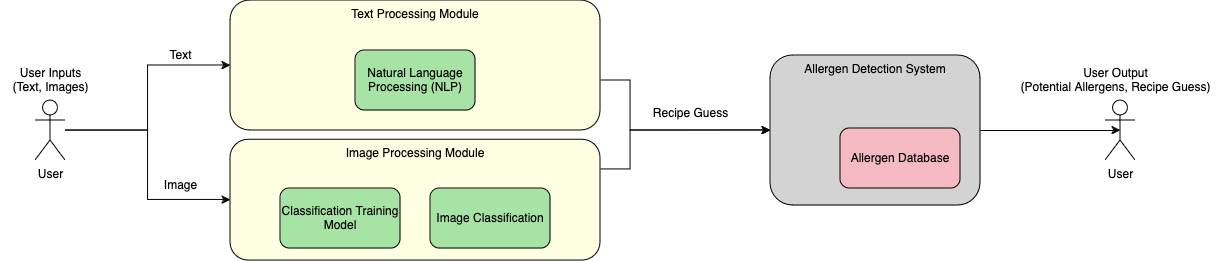
Above: Design_Diagrams/images/D2_diagram.png in kalebwbishop/senior-design (draw.io), before the change. Source tidied: cells renumbered, new cells last; positions are measured from the earlier drawing's top-left corner, leaving out a move shared by most shapes. Its diagram source:
```xml
<mxGraphModel>
  <root>
    <mxCell id="0" />
    <mxCell id="1" parent="0" />
    <mxCell id="2" value="&lt;div&gt;User Inputs&lt;/div&gt;&lt;div&gt;(Text, Images)&lt;br&gt;&lt;/div&gt;" style="text;html=1;align=center;verticalAlign=middle;strokeColor=none;fillColor=none;" parent="1" vertex="1">
      <mxGeometry y="60" width="100" height="40" as="geometry" />
    </mxCell>
    <mxCell id="3" style="edgeStyle=orthogonalEdgeStyle;rounded=0;jettySize=auto;html=1;entryX=0;entryY=0.5;entryDx=0;entryDy=0;" parent="1" edge="1" source="5" target="9">
      <mxGeometry relative="1" as="geometry" />
    </mxCell>
    <mxCell id="4" style="edgeStyle=orthogonalEdgeStyle;rounded=0;jettySize=auto;html=1;" parent="1" edge="1" source="5" target="11">
      <mxGeometry relative="1" as="geometry" />
    </mxCell>
    <mxCell id="5" value="User" style="shape=umlActor;verticalLabelPosition=bottom;verticalAlign=top;html=1;outlineConnect=0;" parent="1" vertex="1">
      <mxGeometry x="35" y="100" width="30" height="60" as="geometry" />
    </mxCell>
    <mxCell id="6" value="User" style="shape=umlActor;verticalLabelPosition=bottom;verticalAlign=top;html=1;outlineConnect=0;" parent="1" vertex="1">
      <mxGeometry x="1105" y="100" width="30" height="60" as="geometry" />
    </mxCell>
    <mxCell id="7" value="&lt;div&gt;User Output&lt;/div&gt;&lt;div&gt;(Potential Allergens, Recipe Guess)&lt;br&gt;&lt;/div&gt;" style="text;html=1;align=center;verticalAlign=middle;strokeColor=none;fillColor=none;" parent="1" vertex="1">
      <mxGeometry x="1010" y="60" width="210" height="40" as="geometry" />
    </mxCell>
    <mxCell id="8" style="edgeStyle=orthogonalEdgeStyle;rounded=0;jettySize=auto;html=1;entryX=0;entryY=0.5;entryDx=0;entryDy=0;" parent="1" edge="1" source="9" target="14">
      <mxGeometry relative="1" as="geometry">
        <Array as="points">
          <mxPoint x="630" y="80" />
          <mxPoint x="630" y="130" />
        </Array>
      </mxGeometry>
    </mxCell>
    <mxCell id="9" value="Text Processing Module" style="rounded=1;whiteSpace=wrap;html=1;fillColor=#FFFFE3;verticalAlign=top;" parent="1" vertex="1">
      <mxGeometry x="230" width="370" height="130" as="geometry" />
    </mxCell>
    <mxCell id="10" style="edgeStyle=orthogonalEdgeStyle;rounded=0;jettySize=auto;html=1;" parent="1" edge="1" source="11" target="14">
      <mxGeometry relative="1" as="geometry">
        <Array as="points">
          <mxPoint x="630" y="169" />
          <mxPoint x="630" y="130" />
        </Array>
      </mxGeometry>
    </mxCell>
    <mxCell id="11" value="Image Processing Module" style="rounded=1;whiteSpace=wrap;html=1;fillColor=#FFFFE3;verticalAlign=top;" parent="1" vertex="1">
      <mxGeometry x="230" y="139.2" width="370" height="120.8" as="geometry" />
    </mxCell>
    <mxCell id="12" value="&lt;div&gt;Text&lt;/div&gt;" style="text;html=1;align=center;verticalAlign=middle;strokeColor=none;fillColor=none;" parent="1" vertex="1">
      <mxGeometry x="155" y="40" width="50" height="30" as="geometry" />
    </mxCell>
    <mxCell id="13" value="Image" style="text;html=1;align=center;verticalAlign=middle;strokeColor=none;fillColor=none;" parent="1" vertex="1">
      <mxGeometry x="150" y="170" width="60" height="30" as="geometry" />
    </mxCell>
    <mxCell id="14" value="Allergen Detection System" style="rounded=1;whiteSpace=wrap;html=1;fillColor=#D3D3D3;verticalAlign=top;" parent="1" vertex="1">
      <mxGeometry x="770" y="55" width="210" height="150" as="geometry" />
    </mxCell>
    <mxCell id="15" value="Recipe Guess" style="text;html=1;align=center;verticalAlign=middle;strokeColor=none;fillColor=none;" parent="1" vertex="1">
      <mxGeometry x="640" y="98" width="100" height="30" as="geometry" />
    </mxCell>
    <mxCell id="16" value="Allergen Database" style="rounded=1;whiteSpace=wrap;html=1;fillColor=#F4B9C1;" parent="1" vertex="1">
      <mxGeometry x="840" y="128" width="120" height="60" as="geometry" />
    </mxCell>
    <mxCell id="17" style="edgeStyle=orthogonalEdgeStyle;rounded=0;jettySize=auto;html=1;entryX=0.5;entryY=0.5;entryDx=0;entryDy=0;entryPerimeter=0;" parent="1" edge="1" source="14" target="6">
      <mxGeometry relative="1" as="geometry" />
    </mxCell>
    <mxCell id="18" value="Natural Language Processing (NLP)" style="rounded=1;whiteSpace=wrap;html=1;fillColor=#A8E3A6;" parent="1" vertex="1">
      <mxGeometry x="355" y="50" width="120" height="60" as="geometry" />
    </mxCell>
    <mxCell id="19" value="Classification Training Model" style="rounded=1;whiteSpace=wrap;html=1;fillColor=#A8E3A6;" parent="1" vertex="1">
      <mxGeometry x="280" y="188" width="120" height="60" as="geometry" />
    </mxCell>
    <mxCell id="20" value="Image Classification" style="rounded=1;whiteSpace=wrap;html=1;fillColor=#A8E3A6;" parent="1" vertex="1">
      <mxGeometry x="430" y="188" width="120" height="60" as="geometry" />
    </mxCell>
  </root>
</mxGraphModel>
```
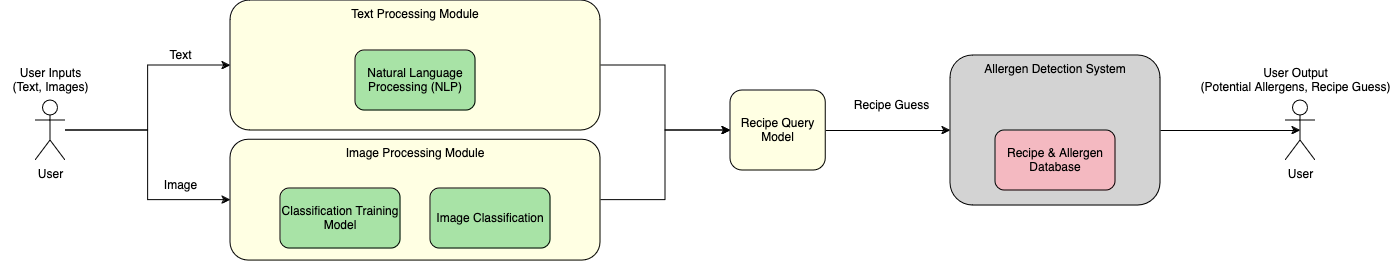
The same diagram one commit later.

The edit, as a diff of the source:
```diff
@@ -15,29 +15,19 @@
       <mxGeometry x="35" y="100" width="30" height="60" as="geometry" />
     </mxCell>
     <mxCell id="6" value="User" style="shape=umlActor;verticalLabelPosition=bottom;verticalAlign=top;html=1;outlineConnect=0;" parent="1" vertex="1">
-      <mxGeometry x="1105" y="100" width="30" height="60" as="geometry" />
+      <mxGeometry x="1285" y="100" width="30" height="60" as="geometry" />
     </mxCell>
     <mxCell id="7" value="&lt;div&gt;User Output&lt;/div&gt;&lt;div&gt;(Potential Allergens, Recipe Guess)&lt;br&gt;&lt;/div&gt;" style="text;html=1;align=center;verticalAlign=middle;strokeColor=none;fillColor=none;" parent="1" vertex="1">
-      <mxGeometry x="1010" y="60" width="210" height="40" as="geometry" />
+      <mxGeometry x="1190" y="60" width="210" height="40" as="geometry" />
     </mxCell>
-    <mxCell id="8" style="edgeStyle=orthogonalEdgeStyle;rounded=0;jettySize=auto;html=1;entryX=0;entryY=0.5;entryDx=0;entryDy=0;" parent="1" edge="1" source="9" target="14">
-      <mxGeometry relative="1" as="geometry">
-        <Array as="points">
-          <mxPoint x="630" y="80" />
-          <mxPoint x="630" y="130" />
-        </Array>
-      </mxGeometry>
+    <mxCell id="8" style="edgeStyle=orthogonalEdgeStyle;rounded=0;jettySize=auto;html=1;" parent="1" edge="1" source="9" target="22">
+      <mxGeometry relative="1" as="geometry" />
     </mxCell>
     <mxCell id="9" value="Text Processing Module" style="rounded=1;whiteSpace=wrap;html=1;fillColor=#FFFFE3;verticalAlign=top;" parent="1" vertex="1">
       <mxGeometry x="230" width="370" height="130" as="geometry" />
     </mxCell>
-    <mxCell id="10" style="edgeStyle=orthogonalEdgeStyle;rounded=0;jettySize=auto;html=1;" parent="1" edge="1" source="11" target="14">
-      <mxGeometry relative="1" as="geometry">
-        <Array as="points">
-          <mxPoint x="630" y="169" />
-          <mxPoint x="630" y="130" />
-        </Array>
-      </mxGeometry>
+    <mxCell id="10" style="edgeStyle=orthogonalEdgeStyle;rounded=0;jettySize=auto;html=1;" parent="1" edge="1" source="11" target="22">
+      <mxGeometry relative="1" as="geometry" />
     </mxCell>
     <mxCell id="11" value="Image Processing Module" style="rounded=1;whiteSpace=wrap;html=1;fillColor=#FFFFE3;verticalAlign=top;" parent="1" vertex="1">
       <mxGeometry x="230" y="139.2" width="370" height="120.8" as="geometry" />
@@ -49,13 +39,13 @@
       <mxGeometry x="150" y="170" width="60" height="30" as="geometry" />
     </mxCell>
     <mxCell id="14" value="Allergen Detection System" style="rounded=1;whiteSpace=wrap;html=1;fillColor=#D3D3D3;verticalAlign=top;" parent="1" vertex="1">
-      <mxGeometry x="770" y="55" width="210" height="150" as="geometry" />
+      <mxGeometry x="950" y="55" width="210" height="150" as="geometry" />
     </mxCell>
     <mxCell id="15" value="Recipe Guess" style="text;html=1;align=center;verticalAlign=middle;strokeColor=none;fillColor=none;" parent="1" vertex="1">
-      <mxGeometry x="640" y="98" width="100" height="30" as="geometry" />
+      <mxGeometry x="841" y="90" width="100" height="30" as="geometry" />
     </mxCell>
-    <mxCell id="16" value="Allergen Database" style="rounded=1;whiteSpace=wrap;html=1;fillColor=#F4B9C1;" parent="1" vertex="1">
-      <mxGeometry x="840" y="128" width="120" height="60" as="geometry" />
+    <mxCell id="16" value="Recipe &amp;amp; Allergen Database" style="rounded=1;whiteSpace=wrap;html=1;fillColor=#F4B9C1;" parent="1" vertex="1">
+      <mxGeometry x="995" y="130" width="120" height="60" as="geometry" />
     </mxCell>
     <mxCell id="17" style="edgeStyle=orthogonalEdgeStyle;rounded=0;jettySize=auto;html=1;entryX=0.5;entryY=0.5;entryDx=0;entryDy=0;entryPerimeter=0;" parent="1" edge="1" source="14" target="6">
       <mxGeometry relative="1" as="geometry" />
@@ -69,5 +59,11 @@
     <mxCell id="20" value="Image Classification" style="rounded=1;whiteSpace=wrap;html=1;fillColor=#A8E3A6;" parent="1" vertex="1">
       <mxGeometry x="430" y="188" width="120" height="60" as="geometry" />
     </mxCell>
+    <mxCell id="21" style="edgeStyle=orthogonalEdgeStyle;rounded=0;jettySize=auto;html=1;" parent="1" edge="1" source="22" target="14">
+      <mxGeometry relative="1" as="geometry" />
+    </mxCell>
+    <mxCell id="22" value="Recipe Query Model" style="rounded=1;whiteSpace=wrap;html=1;fillColor=#FFFFE3;verticalAlign=middle;" parent="1" vertex="1">
+      <mxGeometry x="730" y="90" width="95.3" height="80" as="geometry" />
+    </mxCell>
   </root>
 </mxGraphModel>
```
